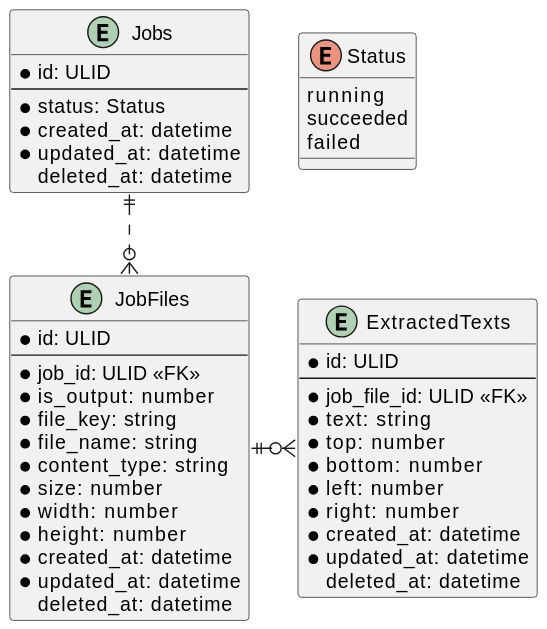
ijufumi/google-vision-sample keeps this PlantUML diagram as docs/tables.svg. Above is the earlier version.
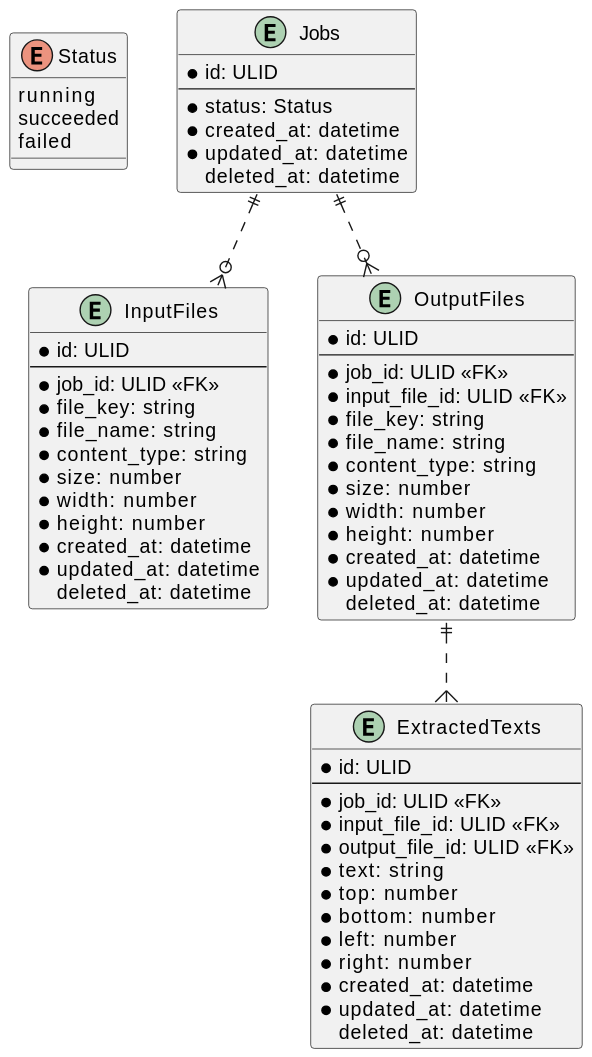
After the change.

The edit, as a diff of the source:
```diff
@@ -14,11 +14,26 @@
     deleted_at: datetime
 }
 
-entity JobFiles {
+entity InputFiles {
   * id: ULID
   --
   * job_id: ULID <<FK>>
-  * is_output: number
+  * file_key: string
+  * file_name: string
+  * content_type: string
+  * size: number
+  * width: number
+  * height: number
+  * created_at: datetime
+  * updated_at: datetime
+    deleted_at: datetime
+}
+
+entity OutputFiles {
+  * id: ULID
+  --
+  * job_id: ULID <<FK>>
+  * input_file_id: ULID <<FK>>
   * file_key: string
   * file_name: string
   * content_type: string
@@ -33,7 +48,9 @@
 entity ExtractedTexts {
   * id: ULID
   --
-  * job_file_id: ULID <<FK>>
+  * job_id: ULID <<FK>>
+  * input_file_id: ULID <<FK>>
+  * output_file_id: ULID <<FK>>
   * text: string
   * top: number
   * bottom: number
@@ -44,6 +61,7 @@
     deleted_at: datetime
 }
 
-Jobs ||..o{ JobFiles
-JobFiles ||..ro{ ExtractedTexts
+Jobs ||..o{ InputFiles
+Jobs ||..o{ OutputFiles
+OutputFiles ||..do{ ExtractedTexts
 @enduml
```
